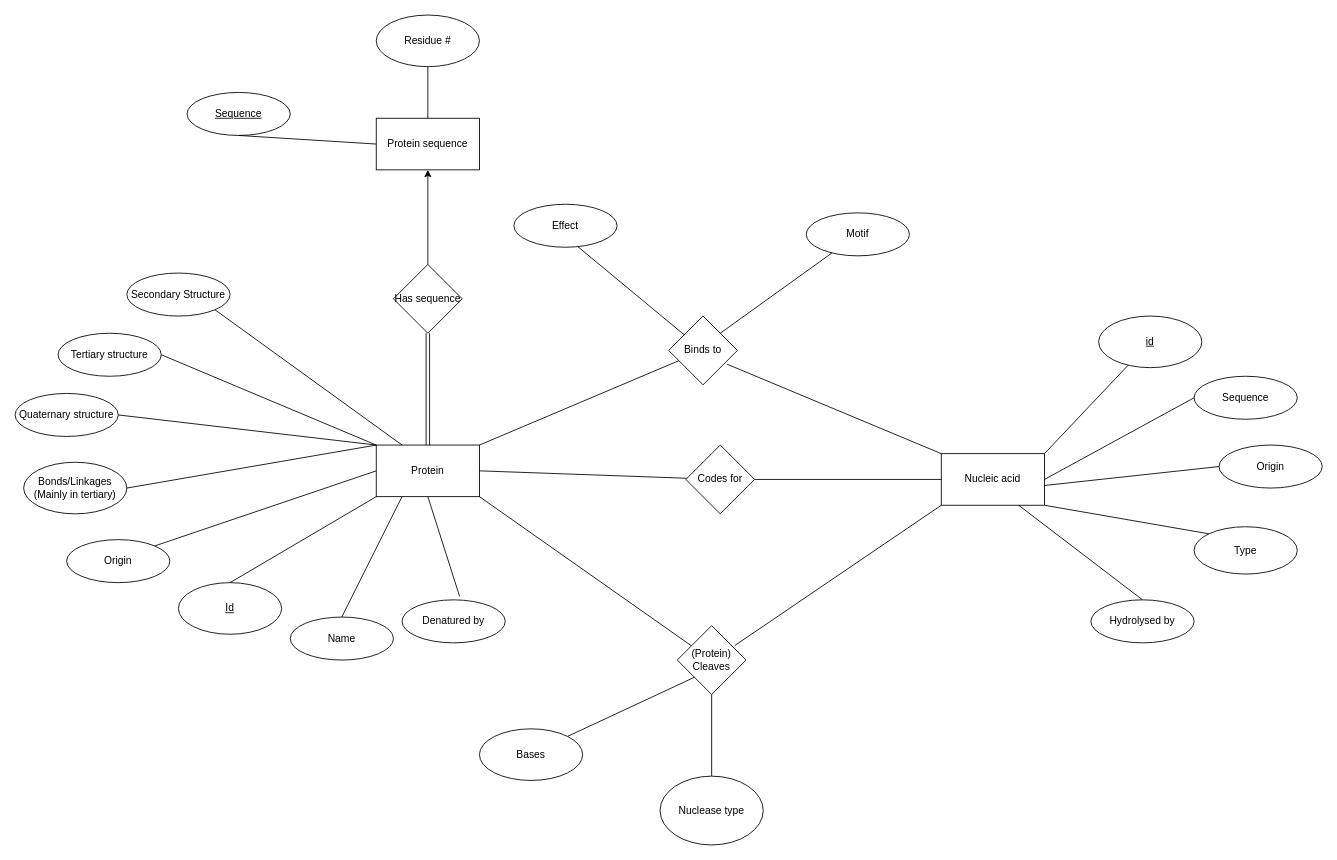
Before: SQLDesign.drawio in darkhaze97/biological_systems, a draw.io diagram. Source tidied: cells renumbered, new cells numbered last; positions are measured from the earlier drawing's top-left corner, leaving out a move shared by most shapes. Both pictures are drawn from the tidied source at 86%, with x=0, y=0 at pixel (15, 15).
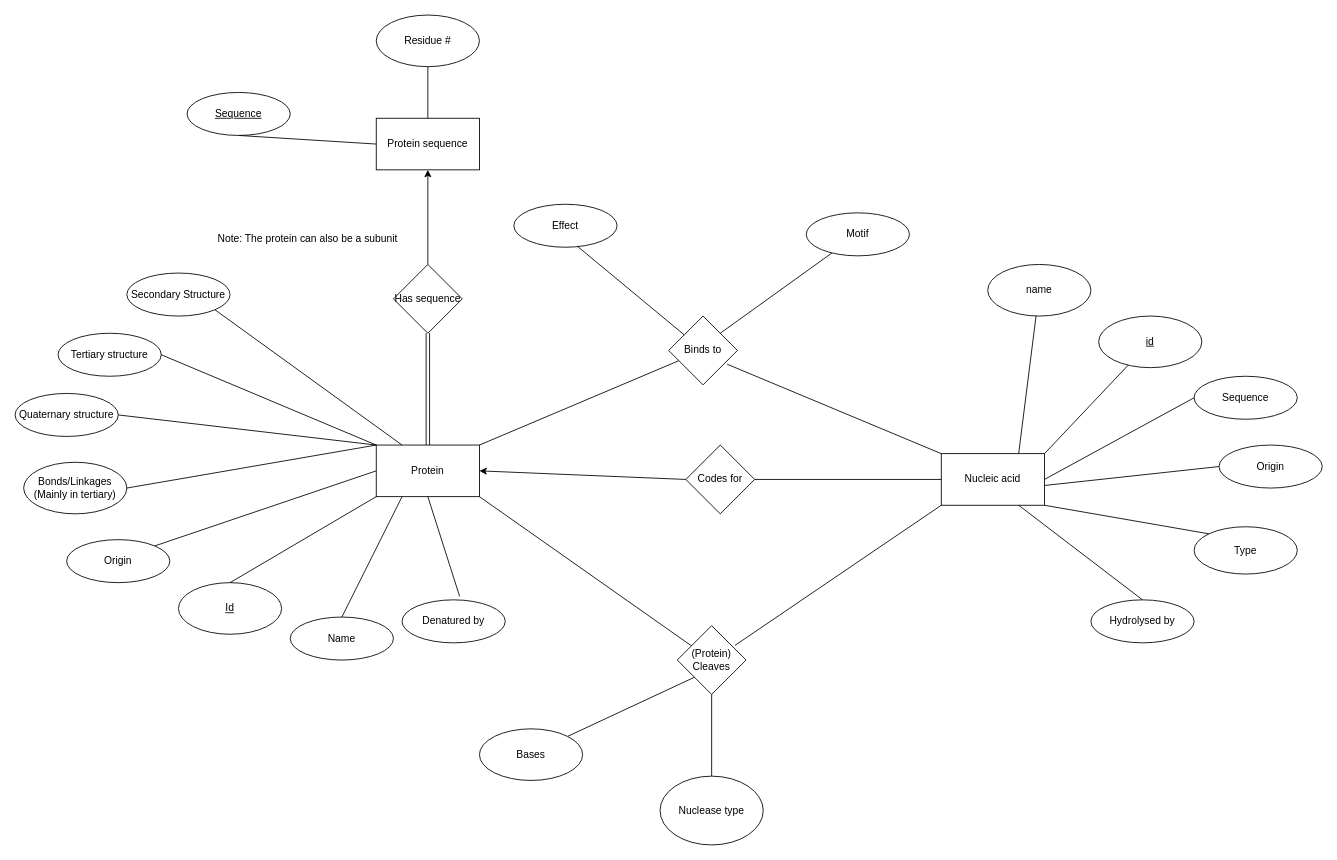
After the change.

The change refers to these unchanged cells:
```xml
<mxCell id="2" value="Protein" style="rounded=0;whiteSpace=wrap;html=1;" parent="1" vertex="1">
  <mxGeometry x="420" y="500" width="120" height="60" as="geometry" />
</mxCell>
<mxCell id="23" value="Nucleic acid" style="rounded=0;whiteSpace=wrap;html=1;" parent="1" vertex="1">
  <mxGeometry x="1077" y="510" width="120" height="60" as="geometry" />
</mxCell>
<mxCell id="43" value="Codes for" style="rhombus;whiteSpace=wrap;html=1;" parent="1" vertex="1">
  <mxGeometry x="780" y="500" width="80" height="80" as="geometry" />
</mxCell>
```

The edit, as a diff of the source:
```diff
@@
-    <mxCell id="42" style="endArrow=none;html=1;exitX=1;exitY=0.5;exitDx=0;exitDy=0;" parent="1" edge="1" source="2" target="43">
-      <mxGeometry relative="1" as="geometry" />
-    </mxCell>
@@
+    <mxCell id="55" style="endArrow=classic;html=1;entryX=1;entryY=0.5;entryDx=0;entryDy=0;exitX=0;exitY=0.5;exitDx=0;exitDy=0;" parent="1" edge="1" source="43" target="2">
+      <mxGeometry relative="1" as="geometry" />
+    </mxCell>
+    <mxCell id="56" style="endArrow=none;html=1;exitX=0.75;exitY=0;exitDx=0;exitDy=0;" parent="1" edge="1" source="23" target="57">
+      <mxGeometry relative="1" as="geometry" />
+    </mxCell>
+    <mxCell id="57" value="name" style="ellipse;whiteSpace=wrap;html=1;" parent="1" vertex="1">
+      <mxGeometry x="1131" y="290" width="120" height="60" as="geometry" />
+    </mxCell>
+    <mxCell id="58" value="Note: The protein can also be a subunit" style="text;html=1;align=center;verticalAlign=middle;" parent="1" vertex="1">
+      <mxGeometry x="230" y="250" width="220" height="20" as="geometry" />
+    </mxCell>
```
